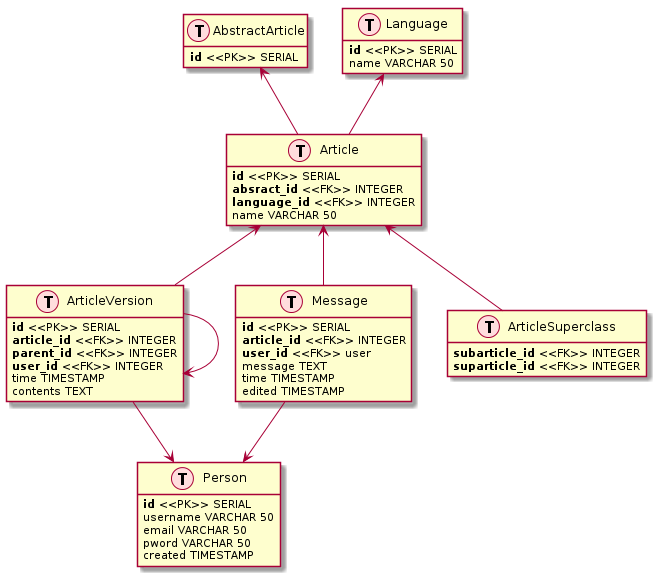
Hansuzu/Tsoha-Bootstrap keeps this PlantUML diagram as doc/imgs/relt.png. Above is the earlier version.
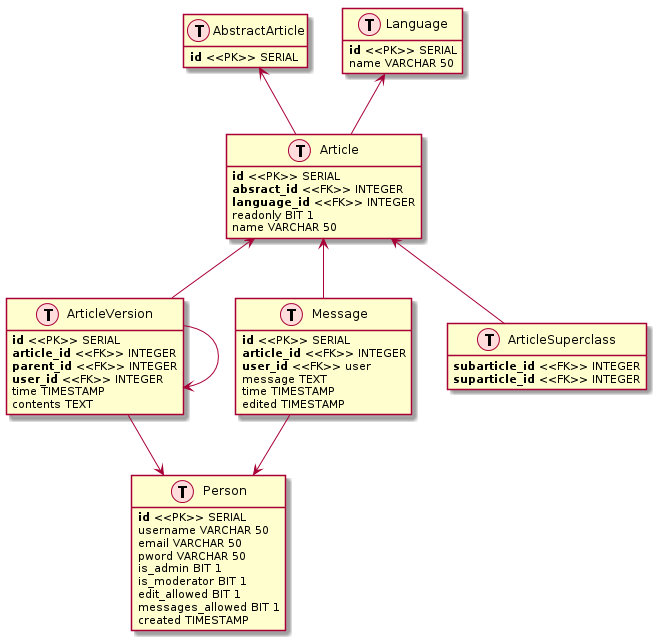
Later version of the same file.

What changed in the source:
```diff
@@ -10,6 +10,10 @@
     username VARCHAR 50
     email VARCHAR 50
     pword VARCHAR 50
+    is_admin BIT 1
+    is_moderator BIT 1
+    edit_allowed BIT 1
+    messages_allowed BIT 1
     created TIMESTAMP
 }
 
@@ -18,8 +22,10 @@
     <b>id</b> <<PK>> SERIAL
     <b>absract_id</b> <<FK>> INTEGER
     <b>language_id</b> <<FK>> INTEGER
+    readonly BIT 1
     name VARCHAR 50
 }
+
 class ArticleVersion as "ArticleVersion" << (T,#FFDDDD) >>{
     <b>id</b> <<PK>> SERIAL
     <b>article_id</b> <<FK>> INTEGER
```
